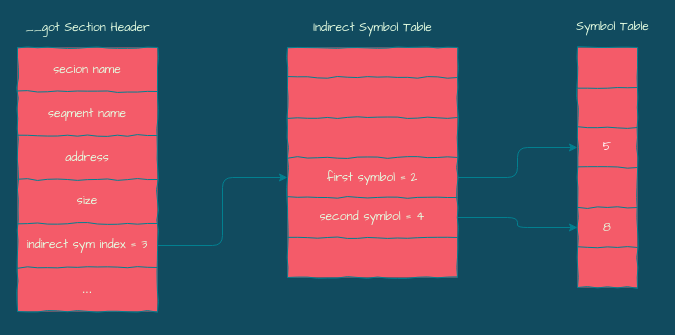
Earlier version of the draw.io diagram gotSymbol.drawio (silan-liu/drawio). Source tidied: cells renumbered, new cells numbered last; positions are measured from the earlier drawing's top-left corner, leaving out a move shared by most shapes. Both pictures are drawn from the tidied source at 100%, with x=0, y=0 at pixel (17, 17).
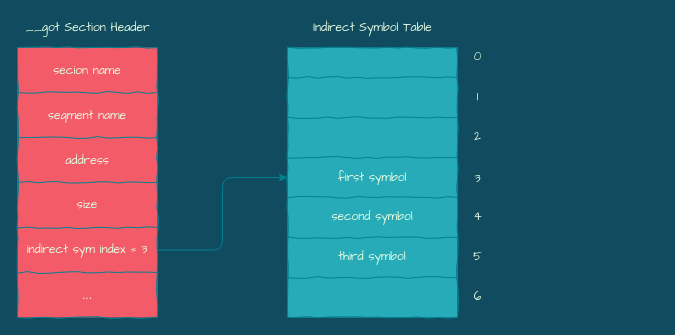
The same page after the edit.

Unchanged cells that the change refers to:
```xml
<mxCell id="23" style="shape=partialRectangle;html=1;whiteSpace=wrap;fillColor=none;top=0;left=0;bottom=0;right=0;points=[[0,0.5],[1,0.5]];portConstraint=eastwest;strokeColor=#028090;fontColor=#E4FDE1;" parent="16" vertex="1">
  <mxGeometry y="110" width="170" height="40" as="geometry" />
</mxCell>
<mxCell id="25" style="shape=partialRectangle;html=1;whiteSpace=wrap;fillColor=none;top=0;left=0;bottom=0;right=0;points=[[0,0.5],[1,0.5]];portConstraint=eastwest;strokeColor=#028090;fontColor=#E4FDE1;" parent="16" vertex="1">
  <mxGeometry y="150" width="170" height="40" as="geometry" />
</mxCell>
<mxCell id="27" style="shape=partialRectangle;html=1;whiteSpace=wrap;fillColor=none;top=0;left=0;bottom=0;right=0;strokeColor=#028090;fontColor=#E4FDE1;" parent="16" vertex="1">
  <mxGeometry y="190" width="170" height="40" as="geometry" />
</mxCell>
```

Diff of the diagram source:
```diff
@@
     <mxCell id="2" style="shape=table;html=1;whiteSpace=wrap;startSize=0;childLayout=tableLayout;fontFamily=Architects Daughter;comic=1;fillColor=#F45B69;strokeColor=#028090;fontColor=#E4FDE1;" parent="1" vertex="1">
-      <mxGeometry y="30" width="140" height="264" as="geometry" />
+      <mxGeometry y="30" width="140" height="270" as="geometry" />
     </mxCell>
     <mxCell id="3" style="shape=partialRectangle;html=1;whiteSpace=wrap;fillColor=none;top=0;left=0;bottom=0;right=0;strokeColor=#028090;fontColor=#E4FDE1;" parent="2" vertex="1">
-      <mxGeometry width="140" height="44" as="geometry" />
+      <mxGeometry width="140" height="45" as="geometry" />
     </mxCell>
     <mxCell id="4" value="&lt;font face=&quot;Architects Daughter&quot;&gt;secion name&lt;/font&gt;" style="shape=partialRectangle;html=1;whiteSpace=wrap;overflow=hidden;fillColor=none;top=0;left=0;bottom=0;right=0;strokeColor=#028090;fontColor=#E4FDE1;" parent="3" vertex="1">
-      <mxGeometry width="140" height="44" as="geometry" />
+      <mxGeometry width="140" height="45" as="geometry" />
     </mxCell>
     <mxCell id="5" style="shape=partialRectangle;html=1;whiteSpace=wrap;fillColor=none;top=0;left=0;bottom=0;right=0;strokeColor=#028090;fontColor=#E4FDE1;" parent="2" vertex="1">
-      <mxGeometry y="44" width="140" height="44" as="geometry" />
+      <mxGeometry y="45" width="140" height="45" as="geometry" />
     </mxCell>
     <mxCell id="6" value="&lt;font face=&quot;Architects Daughter&quot;&gt;segment name&lt;/font&gt;" style="shape=partialRectangle;html=1;whiteSpace=wrap;overflow=hidden;fillColor=none;top=0;left=0;bottom=0;right=0;strokeColor=#028090;fontColor=#E4FDE1;" parent="5" vertex="1">
-      <mxGeometry width="140" height="44" as="geometry" />
+      <mxGeometry width="140" height="45" as="geometry" />
     </mxCell>
     <mxCell id="7" style="shape=partialRectangle;html=1;whiteSpace=wrap;fillColor=none;top=0;left=0;bottom=0;right=0;strokeColor=#028090;fontColor=#E4FDE1;" parent="2" vertex="1">
-      <mxGeometry y="88" width="140" height="44" as="geometry" />
+      <mxGeometry y="90" width="140" height="45" as="geometry" />
     </mxCell>
     <mxCell id="8" value="&lt;font face=&quot;Architects Daughter&quot;&gt;address&lt;/font&gt;" style="shape=partialRectangle;html=1;whiteSpace=wrap;overflow=hidden;fillColor=none;top=0;left=0;bottom=0;right=0;strokeColor=#028090;fontColor=#E4FDE1;" parent="7" vertex="1">
-      <mxGeometry width="140" height="44" as="geometry" />
+      <mxGeometry width="140" height="45" as="geometry" />
     </mxCell>
     <mxCell id="9" style="shape=partialRectangle;html=1;whiteSpace=wrap;fillColor=none;top=0;left=0;bottom=0;right=0;strokeColor=#028090;fontColor=#E4FDE1;" parent="2" vertex="1">
-      <mxGeometry y="132" width="140" height="44" as="geometry" />
+      <mxGeometry y="135" width="140" height="45" as="geometry" />
     </mxCell>
     <mxCell id="10" value="size" style="shape=partialRectangle;html=1;whiteSpace=wrap;overflow=hidden;fillColor=none;top=0;left=0;bottom=0;right=0;fontFamily=Architects Daughter;strokeColor=#028090;fontColor=#E4FDE1;" parent="9" vertex="1">
-      <mxGeometry width="140" height="44" as="geometry" />
+      <mxGeometry width="140" height="45" as="geometry" />
     </mxCell>
     <mxCell id="11" style="shape=partialRectangle;html=1;whiteSpace=wrap;fillColor=none;top=0;left=0;bottom=0;right=0;points=[[0,0.5],[1,0.5]];portConstraint=eastwest;strokeColor=#028090;fontColor=#E4FDE1;" parent="2" vertex="1">
-      <mxGeometry y="176" width="140" height="44" as="geometry" />
+      <mxGeometry y="180" width="140" height="45" as="geometry" />
     </mxCell>
     <mxCell id="12" value="indirect sym index = 3" style="shape=partialRectangle;html=1;whiteSpace=wrap;overflow=hidden;fillColor=none;top=0;left=0;bottom=0;right=0;fontFamily=Architects Daughter;strokeColor=#028090;fontColor=#E4FDE1;" parent="11" vertex="1">
-      <mxGeometry width="140" height="44" as="geometry" />
+      <mxGeometry width="140" height="45" as="geometry" />
     </mxCell>
     <mxCell id="13" style="shape=partialRectangle;html=1;whiteSpace=wrap;fillColor=none;top=0;left=0;bottom=0;right=0;strokeColor=#028090;fontColor=#E4FDE1;" parent="2" vertex="1">
-      <mxGeometry y="220" width="140" height="44" as="geometry" />
+      <mxGeometry y="225" width="140" height="45" as="geometry" />
     </mxCell>
     <mxCell id="14" value="..." style="shape=partialRectangle;html=1;whiteSpace=wrap;overflow=hidden;fillColor=none;top=0;left=0;bottom=0;right=0;strokeColor=#028090;fontColor=#E4FDE1;" parent="13" vertex="1">
-      <mxGeometry width="140" height="44" as="geometry" />
+      <mxGeometry width="140" height="45" as="geometry" />
     </mxCell>
@@
-    <mxCell id="16" style="shape=table;html=1;whiteSpace=wrap;startSize=0;childLayout=tableLayout;strokeColor=#028090;fontColor=#E4FDE1;comic=1;fillColor=#F45B69;" parent="1" vertex="1">
-      <mxGeometry x="270" y="30" width="170" height="230" as="geometry" />
+    <mxCell id="16" style="shape=table;html=1;whiteSpace=wrap;startSize=0;childLayout=tableLayout;strokeColor=#028090;fontColor=#E4FDE1;comic=1;fillColor=#28ABB9;" parent="1" vertex="1">
+      <mxGeometry x="270" y="30" width="170" height="270" as="geometry" />
     </mxCell>
@@
-    <mxCell id="24" value="&lt;font face=&quot;Architects Daughter&quot;&gt;first symbol = 2&lt;/font&gt;" style="shape=partialRectangle;html=1;whiteSpace=wrap;overflow=hidden;fillColor=none;top=0;left=0;bottom=0;right=0;strokeColor=#028090;fontColor=#E4FDE1;" parent="23" vertex="1">
+    <mxCell id="24" value="&lt;font face=&quot;Architects Daughter&quot;&gt;first symbol&lt;/font&gt;" style="shape=partialRectangle;html=1;whiteSpace=wrap;overflow=hidden;fillColor=none;top=0;left=0;bottom=0;right=0;strokeColor=#028090;fontColor=#E4FDE1;" parent="23" vertex="1">
       <mxGeometry width="170" height="40" as="geometry" />
     </mxCell>
@@
-    <mxCell id="26" value="second symbol = 4" style="shape=partialRectangle;html=1;whiteSpace=wrap;overflow=hidden;fillColor=none;top=0;left=0;bottom=0;right=0;strokeColor=#028090;fontColor=#E4FDE1;fontFamily=Architects Daughter;" parent="25" vertex="1">
+    <mxCell id="26" value="second symbol" style="shape=partialRectangle;html=1;whiteSpace=wrap;overflow=hidden;fillColor=none;top=0;left=0;bottom=0;right=0;strokeColor=#028090;fontColor=#E4FDE1;fontFamily=Architects Daughter;" parent="25" vertex="1">
       <mxGeometry width="170" height="40" as="geometry" />
     </mxCell>
@@
-    <mxCell id="28" style="shape=partialRectangle;html=1;whiteSpace=wrap;overflow=hidden;fillColor=none;top=0;left=0;bottom=0;right=0;strokeColor=#028090;fontColor=#E4FDE1;" parent="27" vertex="1">
+    <mxCell id="28" value="third symbol" style="shape=partialRectangle;html=1;whiteSpace=wrap;overflow=hidden;fillColor=none;top=0;left=0;bottom=0;right=0;strokeColor=#028090;fontColor=#E4FDE1;fontFamily=Architects Daughter;" parent="27" vertex="1">
       <mxGeometry width="170" height="40" as="geometry" />
     </mxCell>
+    <mxCell id="47" style="shape=partialRectangle;html=1;whiteSpace=wrap;fillColor=none;top=0;left=0;bottom=0;right=0;strokeColor=#028090;fontColor=#E4FDE1;" parent="16" vertex="1">
+      <mxGeometry y="230" width="170" height="40" as="geometry" />
+    </mxCell>
+    <mxCell id="48" style="shape=partialRectangle;html=1;whiteSpace=wrap;overflow=hidden;fillColor=none;top=0;left=0;bottom=0;right=0;strokeColor=#028090;fontColor=#E4FDE1;fontFamily=Architects Daughter;" parent="47" vertex="1">
+      <mxGeometry width="170" height="40" as="geometry" />
+    </mxCell>
@@
-    <mxCell id="31" style="shape=table;html=1;whiteSpace=wrap;startSize=0;childLayout=tableLayout;comic=1;fontFamily=Architects Daughter;fillColor=#F45B69;strokeColor=#028090;fontColor=#E4FDE1;" parent="1" vertex="1">
-      <mxGeometry x="560" y="30" width="60" height="240" as="geometry" />
-    </mxCell>
-    <mxCell id="32" style="shape=partialRectangle;html=1;whiteSpace=wrap;fillColor=none;top=0;left=0;bottom=0;right=0;strokeColor=#028090;fontColor=#E4FDE1;" parent="31" vertex="1">
-      <mxGeometry width="60" height="40" as="geometry" />
-    </mxCell>
-    <mxCell id="33" style="shape=partialRectangle;html=1;whiteSpace=wrap;overflow=hidden;fillColor=none;top=0;left=0;bottom=0;right=0;strokeColor=#028090;fontColor=#E4FDE1;" parent="32" vertex="1">
-      <mxGeometry width="60" height="40" as="geometry" />
-    </mxCell>
-    <mxCell id="34" style="shape=partialRectangle;html=1;whiteSpace=wrap;fillColor=none;top=0;left=0;bottom=0;right=0;strokeColor=#028090;fontColor=#E4FDE1;" parent="31" vertex="1">
-      <mxGeometry y="40" width="60" height="40" as="geometry" />
-    </mxCell>
-    <mxCell id="35" style="shape=partialRectangle;html=1;whiteSpace=wrap;overflow=hidden;fillColor=none;top=0;left=0;bottom=0;right=0;strokeColor=#028090;fontColor=#E4FDE1;" parent="34" vertex="1">
-      <mxGeometry width="60" height="40" as="geometry" />
-    </mxCell>
-    <mxCell id="36" style="shape=partialRectangle;html=1;whiteSpace=wrap;fillColor=none;top=0;left=0;bottom=0;right=0;points=[[0,0.5],[1,0.5]];portConstraint=eastwest;strokeColor=#028090;fontColor=#E4FDE1;" parent="31" vertex="1">
-      <mxGeometry y="80" width="60" height="40" as="geometry" />
-    </mxCell>
+    <mxCell id="49" value="3" style="text;html=1;align=center;verticalAlign=middle;fontFamily=Architects Daughter;fontColor=#E4FDE1;" parent="1" vertex="1">
+      <mxGeometry x="450" y="152" width="20" height="20" as="geometry" />
+    </mxCell>
+    <mxCell id="50" value="4" style="text;html=1;align=center;verticalAlign=middle;fontFamily=Architects Daughter;fontColor=#E4FDE1;" parent="1" vertex="1">
+      <mxGeometry x="450" y="190" width="20" height="20" as="geometry" />
+    </mxCell>
-    <mxCell id="37" value="&lt;font color=&quot;#ffffff&quot;&gt;5&lt;/font&gt;" style="shape=partialRectangle;html=1;whiteSpace=wrap;overflow=hidden;fillColor=none;top=0;left=0;bottom=0;right=0;fontFamily=Architects Daughter;strokeColor=#028090;fontColor=#E4FDE1;" parent="36" vertex="1">
-      <mxGeometry width="60" height="40" as="geometry" />
+    <mxCell id="37" value="5" style="text;html=1;align=center;verticalAlign=middle;fontFamily=Architects Daughter;fontColor=#E4FDE1;" parent="1" vertex="1">
+      <mxGeometry x="450" y="230" width="20" height="20" as="geometry" />
     </mxCell>
-    <mxCell id="38" style="shape=partialRectangle;html=1;whiteSpace=wrap;fillColor=none;top=0;left=0;bottom=0;right=0;strokeColor=#028090;fontColor=#E4FDE1;" parent="31" vertex="1">
-      <mxGeometry y="120" width="60" height="40" as="geometry" />
-    </mxCell>
-    <mxCell id="39" style="shape=partialRectangle;html=1;whiteSpace=wrap;overflow=hidden;fillColor=none;top=0;left=0;bottom=0;right=0;strokeColor=#028090;fontColor=#E4FDE1;" parent="38" vertex="1">
-      <mxGeometry width="60" height="40" as="geometry" />
-    </mxCell>
-    <mxCell id="40" style="shape=partialRectangle;html=1;whiteSpace=wrap;fillColor=none;top=0;left=0;bottom=0;right=0;points=[[0,0.5],[1,0.5]];portConstraint=eastwest;strokeColor=#028090;fontColor=#E4FDE1;" parent="31" vertex="1">
-      <mxGeometry y="160" width="60" height="40" as="geometry" />
-    </mxCell>
-    <mxCell id="41" value="&lt;font face=&quot;Architects Daughter&quot;&gt;8&lt;/font&gt;" style="shape=partialRectangle;html=1;whiteSpace=wrap;overflow=hidden;fillColor=none;top=0;left=0;bottom=0;right=0;strokeColor=#028090;fontColor=#E4FDE1;" parent="40" vertex="1">
-      <mxGeometry width="60" height="40" as="geometry" />
-    </mxCell>
-    <mxCell id="42" style="shape=partialRectangle;html=1;whiteSpace=wrap;fillColor=none;top=0;left=0;bottom=0;right=0;strokeColor=#028090;fontColor=#E4FDE1;" parent="31" vertex="1">
-      <mxGeometry y="200" width="60" height="40" as="geometry" />
-    </mxCell>
-    <mxCell id="43" style="shape=partialRectangle;html=1;whiteSpace=wrap;overflow=hidden;fillColor=none;top=0;left=0;bottom=0;right=0;strokeColor=#028090;fontColor=#E4FDE1;" parent="42" vertex="1">
-      <mxGeometry width="60" height="40" as="geometry" />
-    </mxCell>
-    <mxCell id="44" value="Symbol Table" style="text;html=1;align=center;verticalAlign=middle;fontFamily=Architects Daughter;fontColor=#E4FDE1;" parent="1" vertex="1">
-      <mxGeometry x="550" width="90" height="20" as="geometry" />
-    </mxCell>
-    <mxCell id="45" style="edgeStyle=orthogonalEdgeStyle;curved=0;rounded=1;sketch=0;jettySize=auto;html=1;exitX=1;exitY=0.5;exitDx=0;exitDy=0;entryX=0;entryY=0.5;entryDx=0;entryDy=0;strokeColor=#028090;fillColor=#F45B69;fontColor=#E4FDE1;" parent="1" edge="1" source="23" target="36">
-      <mxGeometry relative="1" as="geometry" />
-    </mxCell>
-    <mxCell id="46" style="edgeStyle=orthogonalEdgeStyle;curved=0;rounded=1;sketch=0;jettySize=auto;html=1;exitX=1;exitY=0.5;exitDx=0;exitDy=0;entryX=0;entryY=0.5;entryDx=0;entryDy=0;strokeColor=#028090;fillColor=#F45B69;fontColor=#E4FDE1;" parent="1" edge="1" source="25" target="40">
-      <mxGeometry relative="1" as="geometry" />
-    </mxCell>
+    <mxCell id="51" value="0" style="text;html=1;align=center;verticalAlign=middle;fontFamily=Architects Daughter;fontColor=#E4FDE1;" parent="1" vertex="1">
+      <mxGeometry x="450" y="30" width="20" height="20" as="geometry" />
+    </mxCell>
+    <mxCell id="52" value="1" style="text;html=1;align=center;verticalAlign=middle;fontFamily=Architects Daughter;fontColor=#E4FDE1;" parent="1" vertex="1">
+      <mxGeometry x="450" y="70" width="20" height="20" as="geometry" />
+    </mxCell>
+    <mxCell id="53" value="2" style="text;html=1;align=center;verticalAlign=middle;fontFamily=Architects Daughter;fontColor=#E4FDE1;" parent="1" vertex="1">
+      <mxGeometry x="450" y="110" width="20" height="20" as="geometry" />
+    </mxCell>
+    <mxCell id="54" value="6" style="text;html=1;align=center;verticalAlign=middle;fontFamily=Architects Daughter;fontColor=#E4FDE1;" parent="1" vertex="1">
+      <mxGeometry x="450" y="270" width="20" height="20" as="geometry" />
+    </mxCell>
```
